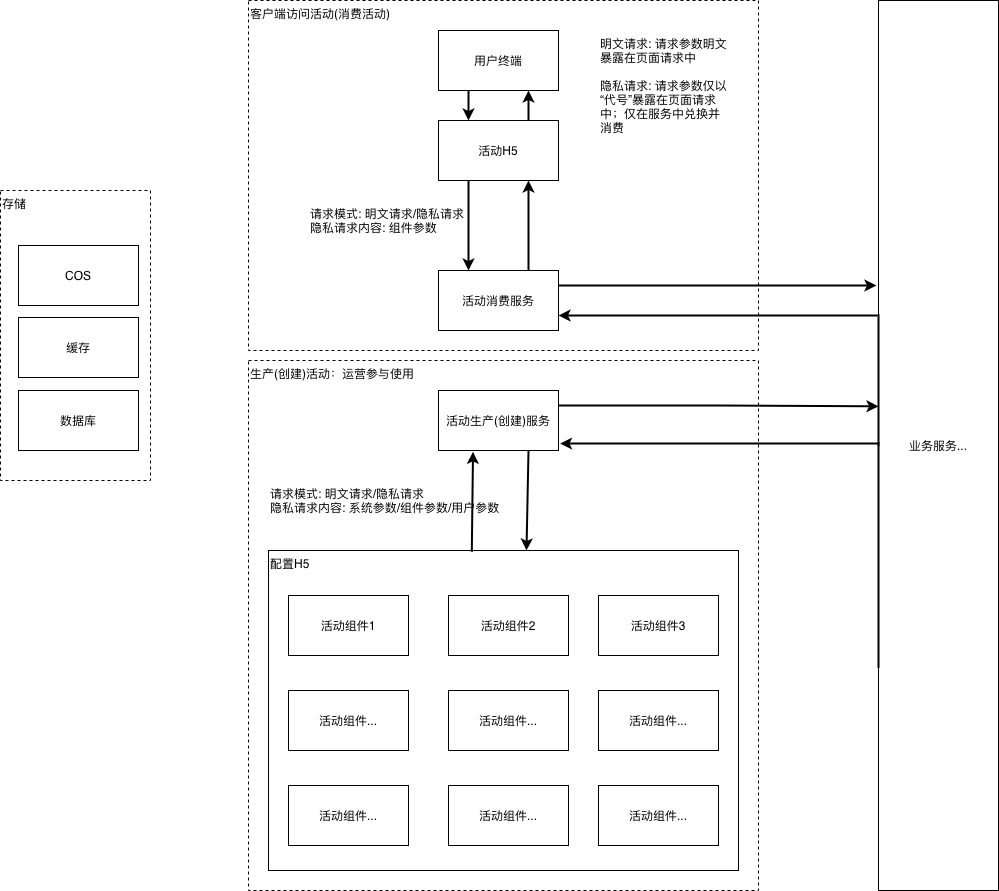
Above: content/2021-06-12-活动组件化/overall.png in santiagochen/santiagochen.github.io (draw.io), before the change. Source tidied: cells renumbered, new cells last; positions are measured from the earlier drawing's top-left corner, leaving out a move shared by most shapes.
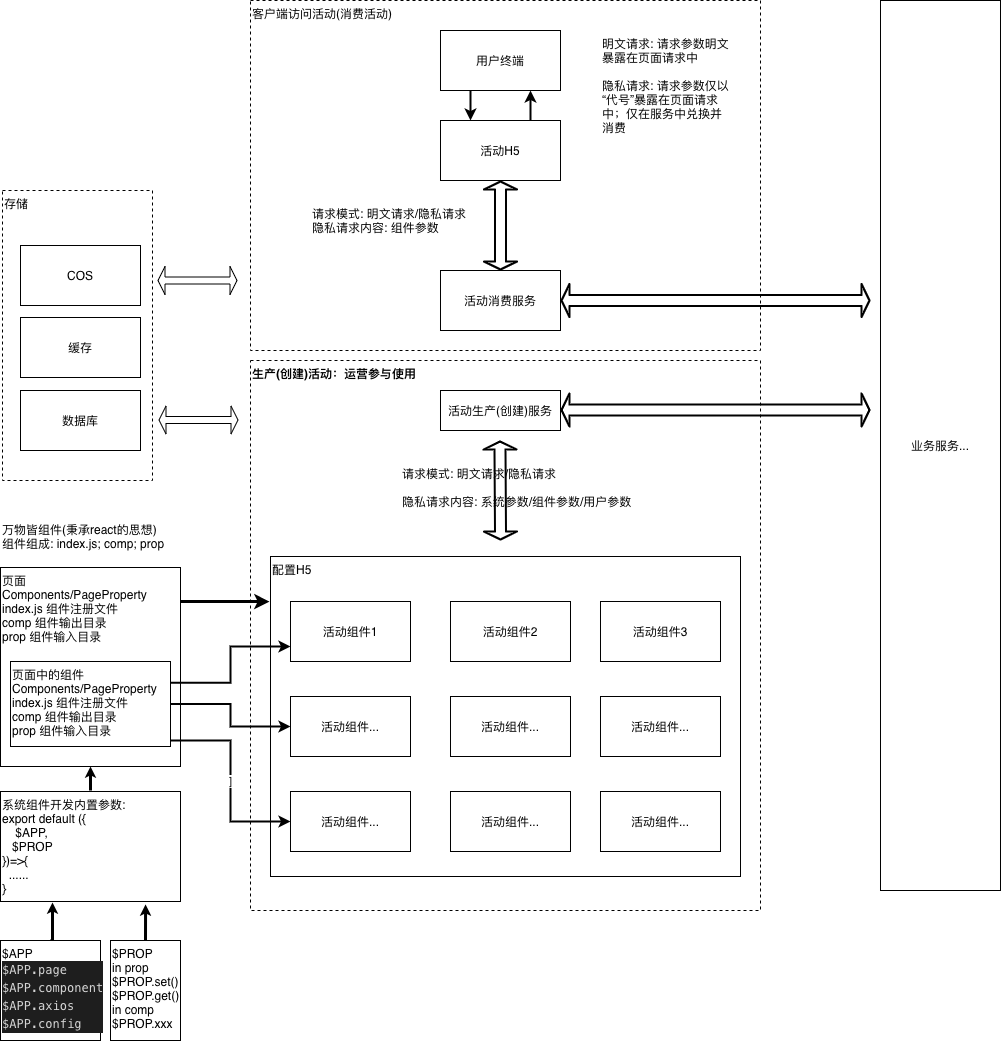
After the commit.

Change to the diagram source:
```diff
@@ -2,11 +2,11 @@
   <root>
     <mxCell id="0" />
     <mxCell id="1" parent="0" />
-    <mxCell id="2" value="生产(创建)活动：运营参与使用" style="rounded=0;whiteSpace=wrap;html=1;align=left;verticalAlign=top;fillColor=none;dashed=1;" parent="1" vertex="1">
-      <mxGeometry x="248" y="360" width="510" height="530" as="geometry" />
+    <mxCell id="2" value="生产(创建)活动：运营参与使用" style="rounded=0;whiteSpace=wrap;html=1;align=left;verticalAlign=top;fillColor=none;dashed=1;fontStyle=1;" parent="1" vertex="1">
+      <mxGeometry x="248" y="360" width="510" height="550" as="geometry" />
     </mxCell>
     <mxCell id="3" value="配置H5" style="rounded=0;whiteSpace=wrap;html=1;fillColor=none;verticalAlign=top;align=left;" parent="1" vertex="1">
-      <mxGeometry x="268" y="550" width="470" height="320" as="geometry" />
+      <mxGeometry x="268" y="556" width="470" height="320" as="geometry" />
     </mxCell>
     <mxCell id="4" value="客户端访问活动(消费活动)" style="rounded=0;whiteSpace=wrap;html=1;align=left;verticalAlign=top;fillColor=none;dashed=1;" parent="1" vertex="1">
       <mxGeometry x="248" width="510" height="350" as="geometry" />
@@ -17,40 +17,15 @@
     <mxCell id="6" value="用户终端" style="rounded=0;whiteSpace=wrap;html=1;fillColor=none;verticalAlign=middle;" parent="1" vertex="1">
       <mxGeometry x="438" y="30" width="120" height="60" as="geometry" />
     </mxCell>
-    <mxCell id="7" style="edgeStyle=orthogonalEdgeStyle;rounded=0;jettySize=auto;html=1;strokeColor=#000000;strokeWidth=2;entryX=0.25;entryY=0;entryDx=0;entryDy=0;exitX=0.25;exitY=1;exitDx=0;exitDy=0;" parent="1" edge="1" source="9" target="12">
-      <mxGeometry relative="1" as="geometry" />
-    </mxCell>
     <mxCell id="8" style="edgeStyle=orthogonalEdgeStyle;rounded=0;jettySize=auto;html=1;exitX=0.75;exitY=0;exitDx=0;exitDy=0;entryX=0.75;entryY=1;entryDx=0;entryDy=0;strokeColor=#000000;strokeWidth=2;" parent="1" edge="1" source="9" target="6">
       <mxGeometry relative="1" as="geometry" />
     </mxCell>
     <mxCell id="9" value="活动H5" style="rounded=0;whiteSpace=wrap;html=1;fillColor=none;verticalAlign=middle;" parent="1" vertex="1">
       <mxGeometry x="438" y="120" width="120" height="60" as="geometry" />
     </mxCell>
-    <mxCell id="10" style="edgeStyle=orthogonalEdgeStyle;rounded=0;jettySize=auto;html=1;exitX=1;exitY=0.25;exitDx=0;exitDy=0;strokeColor=#000000;strokeWidth=2;" parent="1" edge="1" source="12">
-      <mxGeometry relative="1" as="geometry">
-        <mxPoint x="876" y="285" as="targetPoint" />
-      </mxGeometry>
-    </mxCell>
-    <mxCell id="11" style="edgeStyle=orthogonalEdgeStyle;rounded=0;jettySize=auto;html=1;exitX=0.75;exitY=0;exitDx=0;exitDy=0;entryX=0.75;entryY=1;entryDx=0;entryDy=0;strokeColor=#000000;strokeWidth=2;" parent="1" edge="1" source="12" target="9">
-      <mxGeometry relative="1" as="geometry" />
-    </mxCell>
     <mxCell id="12" value="活动消费服务" style="rounded=0;whiteSpace=wrap;html=1;fillColor=none;verticalAlign=middle;" parent="1" vertex="1">
       <mxGeometry x="438" y="270" width="120" height="60" as="geometry" />
     </mxCell>
-    <mxCell id="13" style="edgeStyle=orthogonalEdgeStyle;rounded=0;jettySize=auto;html=1;exitX=0;exitY=0.75;exitDx=0;exitDy=0;entryX=1;entryY=0.75;entryDx=0;entryDy=0;strokeColor=#000000;strokeWidth=2;" parent="1" edge="1" source="15" target="12">
-      <mxGeometry relative="1" as="geometry">
-        <Array as="points">
-          <mxPoint x="878" y="315" />
-        </Array>
-      </mxGeometry>
-    </mxCell>
-    <mxCell id="14" style="edgeStyle=orthogonalEdgeStyle;rounded=0;jettySize=auto;html=1;exitX=0;exitY=0.5;exitDx=0;exitDy=0;entryX=1.013;entryY=0.884;entryDx=0;entryDy=0;entryPerimeter=0;strokeColor=#000000;strokeWidth=2;" parent="1" edge="1" source="15" target="22">
-      <mxGeometry relative="1" as="geometry">
-        <Array as="points">
-          <mxPoint x="878" y="443" />
-        </Array>
-      </mxGeometry>
-    </mxCell>
     <mxCell id="15" value="业务服务..." style="rounded=0;whiteSpace=wrap;html=1;fillColor=none;verticalAlign=middle;" parent="1" vertex="1">
       <mxGeometry x="878" width="120" height="890" as="geometry" />
     </mxCell>
@@ -69,55 +44,125 @@
     <mxCell id="20" value="存储" style="rounded=0;whiteSpace=wrap;html=1;align=left;verticalAlign=top;fillColor=none;dashed=1;" parent="1" vertex="1">
       <mxGeometry y="190" width="150" height="290" as="geometry" />
     </mxCell>
-    <mxCell id="21" style="edgeStyle=orthogonalEdgeStyle;rounded=0;jettySize=auto;html=1;exitX=1;exitY=0.25;exitDx=0;exitDy=0;entryX=0;entryY=0.456;entryDx=0;entryDy=0;entryPerimeter=0;strokeColor=#000000;strokeWidth=2;" parent="1" edge="1" source="22" target="15">
-      <mxGeometry relative="1" as="geometry" />
-    </mxCell>
     <mxCell id="22" value="活动生产(创建)服务" style="rounded=0;whiteSpace=wrap;html=1;fillColor=none;verticalAlign=middle;" parent="1" vertex="1">
-      <mxGeometry x="438" y="390" width="120" height="60" as="geometry" />
+      <mxGeometry x="438" y="390" width="120" height="40" as="geometry" />
     </mxCell>
     <mxCell id="23" value="活动组件1" style="rounded=0;whiteSpace=wrap;html=1;fillColor=none;verticalAlign=middle;" parent="1" vertex="1">
-      <mxGeometry x="288" y="595" width="120" height="60" as="geometry" />
+      <mxGeometry x="288" y="601" width="120" height="60" as="geometry" />
     </mxCell>
     <mxCell id="24" value="活动组件2" style="rounded=0;whiteSpace=wrap;html=1;fillColor=none;verticalAlign=middle;" parent="1" vertex="1">
-      <mxGeometry x="448" y="595" width="120" height="60" as="geometry" />
+      <mxGeometry x="448" y="601" width="120" height="60" as="geometry" />
     </mxCell>
     <mxCell id="25" value="活动组件3" style="rounded=0;whiteSpace=wrap;html=1;fillColor=none;verticalAlign=middle;" parent="1" vertex="1">
-      <mxGeometry x="598" y="595" width="120" height="60" as="geometry" />
+      <mxGeometry x="598" y="601" width="120" height="60" as="geometry" />
     </mxCell>
     <mxCell id="26" value="活动组件..." style="rounded=0;whiteSpace=wrap;html=1;fillColor=none;verticalAlign=middle;" parent="1" vertex="1">
-      <mxGeometry x="288" y="690" width="120" height="60" as="geometry" />
+      <mxGeometry x="288" y="696" width="120" height="60" as="geometry" />
     </mxCell>
     <mxCell id="27" value="活动组件..." style="rounded=0;whiteSpace=wrap;html=1;fillColor=none;verticalAlign=middle;" parent="1" vertex="1">
-      <mxGeometry x="448" y="690" width="120" height="60" as="geometry" />
+      <mxGeometry x="448" y="696" width="120" height="60" as="geometry" />
     </mxCell>
     <mxCell id="28" value="活动组件..." style="rounded=0;whiteSpace=wrap;html=1;fillColor=none;verticalAlign=middle;" parent="1" vertex="1">
-      <mxGeometry x="598" y="690" width="120" height="60" as="geometry" />
+      <mxGeometry x="598" y="696" width="120" height="60" as="geometry" />
     </mxCell>
     <mxCell id="29" value="活动组件..." style="rounded=0;whiteSpace=wrap;html=1;fillColor=none;verticalAlign=middle;" parent="1" vertex="1">
-      <mxGeometry x="288" y="785" width="120" height="60" as="geometry" />
+      <mxGeometry x="288" y="791" width="120" height="60" as="geometry" />
     </mxCell>
     <mxCell id="30" value="活动组件..." style="rounded=0;whiteSpace=wrap;html=1;fillColor=none;verticalAlign=middle;" parent="1" vertex="1">
-      <mxGeometry x="448" y="785" width="120" height="60" as="geometry" />
+      <mxGeometry x="448" y="791" width="120" height="60" as="geometry" />
     </mxCell>
     <mxCell id="31" value="活动组件..." style="rounded=0;whiteSpace=wrap;html=1;fillColor=none;verticalAlign=middle;" parent="1" vertex="1">
-      <mxGeometry x="598" y="785" width="120" height="60" as="geometry" />
+      <mxGeometry x="598" y="791" width="120" height="60" as="geometry" />
     </mxCell>
-    <mxCell id="32" style="endArrow=classic;html=1;strokeColor=#000000;strokeWidth=2;exitX=0.39;exitY=0.004;exitDx=0;exitDy=0;exitPerimeter=0;entryX=0.121;entryY=1.022;entryDx=0;entryDy=0;entryPerimeter=0;" parent="1" edge="1">
-      <mxGeometry relative="1" as="geometry">
-        <mxPoint x="471.3" y="551.3" as="sourcePoint" />
-        <mxPoint x="472.5" y="451.3" as="targetPoint" />
-      </mxGeometry>
-    </mxCell>
-    <mxCell id="33" style="endArrow=classic;html=1;strokeColor=#000000;strokeWidth=2;exitX=0.75;exitY=1;exitDx=0;exitDy=0;" parent="1" edge="1" source="22">
-      <mxGeometry relative="1" as="geometry">
-        <mxPoint x="526" y="550" as="targetPoint" />
-      </mxGeometry>
-    </mxCell>
+    <mxCell id="35" value="&lt;div&gt;&lt;span&gt;请求模式: 明文请求/&lt;/span&gt;&lt;span&gt;隐私请求&lt;/span&gt;&lt;/div&gt;&lt;div&gt;隐私请求内容: 组件参数&lt;/div&gt;" style="text;html=1;strokeColor=none;fillColor=none;align=left;verticalAlign=top;whiteSpace=wrap;rounded=0;dashed=1;" parent="1" vertex="1">
+      <mxGeometry x="308" y="200" width="160" height="50" as="geometry" />
+    </mxCell>
+    <mxCell id="36" style="edgeStyle=orthogonalEdgeStyle;rounded=0;jettySize=auto;html=1;entryX=-0.002;entryY=0.141;entryDx=0;entryDy=0;entryPerimeter=0;strokeWidth=3;exitX=1;exitY=0.171;exitDx=0;exitDy=0;exitPerimeter=0;" parent="1" edge="1" source="37" target="3">
+      <mxGeometry relative="1" as="geometry" />
+    </mxCell>
+    <mxCell id="37" value="&lt;div&gt;&lt;span&gt;页面&lt;/span&gt;&lt;/div&gt;Components/PageProperty&lt;br&gt;index.js 组件注册文件&lt;br&gt;comp 组件输出目录&lt;br&gt;prop 组件输入目录" style="rounded=0;whiteSpace=wrap;html=1;fillColor=none;verticalAlign=top;align=left;" parent="1" vertex="1">
+      <mxGeometry x="-2" y="567" width="180" height="199" as="geometry" />
+    </mxCell>
+    <mxCell id="38" style="edgeStyle=orthogonalEdgeStyle;rounded=0;jettySize=auto;html=1;exitX=1;exitY=0.25;exitDx=0;exitDy=0;entryX=0;entryY=0.75;entryDx=0;entryDy=0;strokeWidth=2;" parent="1" edge="1" source="41" target="23">
+      <mxGeometry relative="1" as="geometry">
+        <Array as="points">
+          <mxPoint x="228" y="682" />
+          <mxPoint x="228" y="646" />
+        </Array>
+      </mxGeometry>
+    </mxCell>
+    <mxCell id="39" style="edgeStyle=orthogonalEdgeStyle;rounded=0;jettySize=auto;html=1;exitX=1;exitY=0.5;exitDx=0;exitDy=0;entryX=0;entryY=0.5;entryDx=0;entryDy=0;strokeWidth=2;" parent="1" edge="1" source="41" target="26">
+      <mxGeometry relative="1" as="geometry" />
+    </mxCell>
+    <mxCell id="40" value="]" style="edgeStyle=orthogonalEdgeStyle;rounded=0;jettySize=auto;html=1;entryX=0;entryY=0.5;entryDx=0;entryDy=0;strokeWidth=2;" parent="1" edge="1" target="29">
+      <mxGeometry relative="1" as="geometry">
+        <mxPoint x="168" y="740" as="sourcePoint" />
+        <Array as="points">
+          <mxPoint x="228" y="740" />
+          <mxPoint x="228" y="821" />
+        </Array>
+      </mxGeometry>
+    </mxCell>
+    <mxCell id="41" value="&lt;div&gt;&lt;span&gt;页面中的组件&lt;/span&gt;&lt;/div&gt;Components/PageProperty&lt;br&gt;index.js 组件注册文件&lt;br&gt;comp 组件输出目录&lt;br&gt;prop 组件输入目录" style="rounded=0;whiteSpace=wrap;html=1;fillColor=none;verticalAlign=top;align=left;" parent="1" vertex="1">
+      <mxGeometry x="8" y="661" width="160" height="85" as="geometry" />
+    </mxCell>
+    <mxCell id="42" value="万物皆组件(秉承react的思想)&lt;br&gt;组件组成: index.js; comp; prop" style="text;html=1;strokeColor=none;fillColor=none;align=left;verticalAlign=middle;whiteSpace=wrap;rounded=0;" parent="1" vertex="1">
+      <mxGeometry x="-2" y="516" width="180" height="39" as="geometry" />
+    </mxCell>
+    <mxCell id="43" value="系统组件开发内置参数:&amp;nbsp;&lt;br&gt;export default ({&lt;br&gt;&amp;nbsp; &amp;nbsp; $APP,&amp;nbsp;&lt;br&gt;&amp;nbsp; &amp;nbsp;$PROP&lt;br&gt;})=&amp;gt;{&lt;br&gt;&amp;nbsp; ......&lt;br&gt;}" style="rounded=0;whiteSpace=wrap;html=1;align=left;verticalAlign=top;" parent="1" vertex="1">
+      <mxGeometry x="-2" y="791" width="180" height="110" as="geometry" />
+    </mxCell>
+    <mxCell id="44" style="endArrow=classic;html=1;startSize=2;endSize=2;strokeWidth=3;jumpSize=6;entryX=0.5;entryY=1;entryDx=0;entryDy=0;" parent="1" edge="1" target="37">
+      <mxGeometry relative="1" as="geometry">
+        <mxPoint x="88" y="790" as="sourcePoint" />
+      </mxGeometry>
+    </mxCell>
+    <mxCell id="45" style="edgeStyle=orthogonalEdgeStyle;rounded=0;jumpSize=6;jettySize=auto;html=1;exitX=0.5;exitY=0;exitDx=0;exitDy=0;entryX=0.289;entryY=1.009;entryDx=0;entryDy=0;entryPerimeter=0;startSize=2;endSize=2;strokeWidth=3;" parent="1" edge="1" source="46" target="43">
+      <mxGeometry relative="1" as="geometry" />
+    </mxCell>
+    <mxCell id="46" value="$APP&lt;br&gt;&lt;div style=&quot;color: rgb(212 , 212 , 212) ; background-color: rgb(30 , 30 , 30) ; font-family: &amp;#34;menlo&amp;#34; , &amp;#34;monaco&amp;#34; , &amp;#34;courier new&amp;#34; , monospace ; line-height: 18px&quot;&gt;$APP.page&lt;/div&gt;&lt;div style=&quot;color: rgb(212 , 212 , 212) ; background-color: rgb(30 , 30 , 30) ; font-family: &amp;#34;menlo&amp;#34; , &amp;#34;monaco&amp;#34; , &amp;#34;courier new&amp;#34; , monospace ; line-height: 18px&quot;&gt;&lt;div style=&quot;line-height: 18px&quot;&gt;$APP.component&lt;/div&gt;&lt;div style=&quot;line-height: 18px&quot;&gt;&lt;div style=&quot;font-family: &amp;#34;menlo&amp;#34; , &amp;#34;monaco&amp;#34; , &amp;#34;courier new&amp;#34; , monospace ; line-height: 18px&quot;&gt;$APP.axios&lt;/div&gt;&lt;div style=&quot;font-family: &amp;#34;menlo&amp;#34; , &amp;#34;monaco&amp;#34; , &amp;#34;courier new&amp;#34; , monospace ; line-height: 18px&quot;&gt;&lt;div style=&quot;line-height: 18px&quot;&gt;$APP.config&lt;/div&gt;&lt;/div&gt;&lt;/div&gt;&lt;/div&gt;" style="rounded=0;whiteSpace=wrap;html=1;align=left;verticalAlign=top;" parent="1" vertex="1">
+      <mxGeometry x="-2" y="940" width="100" height="100" as="geometry" />
+    </mxCell>
+    <mxCell id="47" style="edgeStyle=orthogonalEdgeStyle;rounded=0;jumpSize=6;jettySize=auto;html=1;exitX=0.5;exitY=0;exitDx=0;exitDy=0;entryX=0.806;entryY=1.027;entryDx=0;entryDy=0;entryPerimeter=0;startSize=2;endSize=2;strokeWidth=3;" parent="1" edge="1" source="48" target="43">
+      <mxGeometry relative="1" as="geometry" />
+    </mxCell>
+    <mxCell id="48" value="$PROP&lt;br&gt;in prop&lt;br&gt;$PROP.set()&lt;br&gt;$PROP.get()&lt;br&gt;in comp&lt;br&gt;$PROP.xxx" style="rounded=0;whiteSpace=wrap;html=1;align=left;verticalAlign=top;" parent="1" vertex="1">
+      <mxGeometry x="108" y="940" width="70" height="100" as="geometry" />
+    </mxCell>
+    <mxCell id="49" style="shape=flexArrow;endArrow=classic;startArrow=classic;html=1;startSize=2;endSize=2;strokeWidth=2;exitX=1;exitY=0.5;exitDx=0;exitDy=0;" parent="1" edge="1" source="12">
+      <mxGeometry relative="1" as="geometry">
+        <mxPoint x="868" y="300" as="targetPoint" />
+      </mxGeometry>
+    </mxCell>
+    <mxCell id="50" style="shape=flexArrow;endArrow=classic;startArrow=classic;html=1;startSize=2;endSize=2;strokeWidth=2;exitX=1;exitY=0.5;exitDx=0;exitDy=0;" parent="1" edge="1">
+      <mxGeometry relative="1" as="geometry">
+        <mxPoint x="558" y="409.5" as="sourcePoint" />
+        <mxPoint x="868" y="409.5" as="targetPoint" />
+      </mxGeometry>
+    </mxCell>
+    <mxCell id="11" style="shape=flexArrow;endArrow=classic;startArrow=classic;html=1;startSize=2;endSize=2;strokeWidth=2;exitX=0.5;exitY=0;exitDx=0;exitDy=0;entryX=0.5;entryY=1;entryDx=0;entryDy=0;" parent="1" edge="1" source="12" target="9">
+      <mxGeometry relative="1" as="geometry" />
+    </mxCell>
-    <mxCell id="34" value="&lt;div&gt;&lt;span&gt;请求模式: 明文请求/&lt;/span&gt;&lt;span&gt;隐私请求&lt;/span&gt;&lt;/div&gt;&lt;div&gt;隐私请求内容: 系统参数/组件参数/用户参数&lt;/div&gt;" style="text;html=1;strokeColor=none;fillColor=none;align=left;verticalAlign=top;whiteSpace=wrap;rounded=0;dashed=1;" parent="1" vertex="1">
-      <mxGeometry x="268" y="480" width="250" height="50" as="geometry" />
+    <mxCell id="34" value="&lt;div&gt;&lt;span&gt;请求模式: 明文请求/&lt;/span&gt;&lt;span&gt;隐私请求&lt;/span&gt;&lt;/div&gt;&lt;div&gt;&lt;span&gt;&lt;br&gt;&lt;/span&gt;&lt;/div&gt;&lt;div&gt;隐私请求内容: 系统参数/组件参数/用户参数&lt;/div&gt;" style="text;html=1;strokeColor=none;fillColor=none;align=left;verticalAlign=top;whiteSpace=wrap;rounded=0;dashed=1;" parent="1" vertex="1">
+      <mxGeometry x="398" y="460" width="250" height="50" as="geometry" />
     </mxCell>
-    <mxCell id="35" value="&lt;div&gt;&lt;span&gt;请求模式: 明文请求/&lt;/span&gt;&lt;span&gt;隐私请求&lt;/span&gt;&lt;/div&gt;&lt;div&gt;隐私请求内容: 组件参数&lt;/div&gt;" style="text;html=1;strokeColor=none;fillColor=none;align=left;verticalAlign=top;whiteSpace=wrap;rounded=0;dashed=1;" parent="1" vertex="1">
-      <mxGeometry x="308" y="200" width="160" height="50" as="geometry" />
-    </mxCell>
+    <mxCell id="51" style="shape=flexArrow;endArrow=classic;startArrow=classic;html=1;startSize=2;endSize=2;strokeWidth=2;entryX=0.5;entryY=1;entryDx=0;entryDy=0;" parent="1" edge="1">
+      <mxGeometry relative="1" as="geometry">
+        <mxPoint x="498" y="540" as="sourcePoint" />
+        <mxPoint x="497.5" y="440" as="targetPoint" />
+      </mxGeometry>
+    </mxCell>
+    <mxCell id="52" style="shape=flexArrow;endArrow=classic;startArrow=classic;html=1;startSize=2;endSize=2;strokeWidth=1;width=7;" parent="1" edge="1">
+      <mxGeometry relative="1" as="geometry">
+        <mxPoint x="155" y="280" as="sourcePoint" />
+        <mxPoint x="235" y="280" as="targetPoint" />
+      </mxGeometry>
+    </mxCell>
+    <mxCell id="53" style="shape=flexArrow;endArrow=classic;startArrow=classic;html=1;startSize=2;endSize=2;strokeWidth=1;width=7;" parent="1" edge="1">
+      <mxGeometry relative="1" as="geometry">
+        <mxPoint x="156" y="419.5" as="sourcePoint" />
+        <mxPoint x="236" y="419.5" as="targetPoint" />
+      </mxGeometry>
+    </mxCell>
   </root>
 </mxGraphModel>
```
